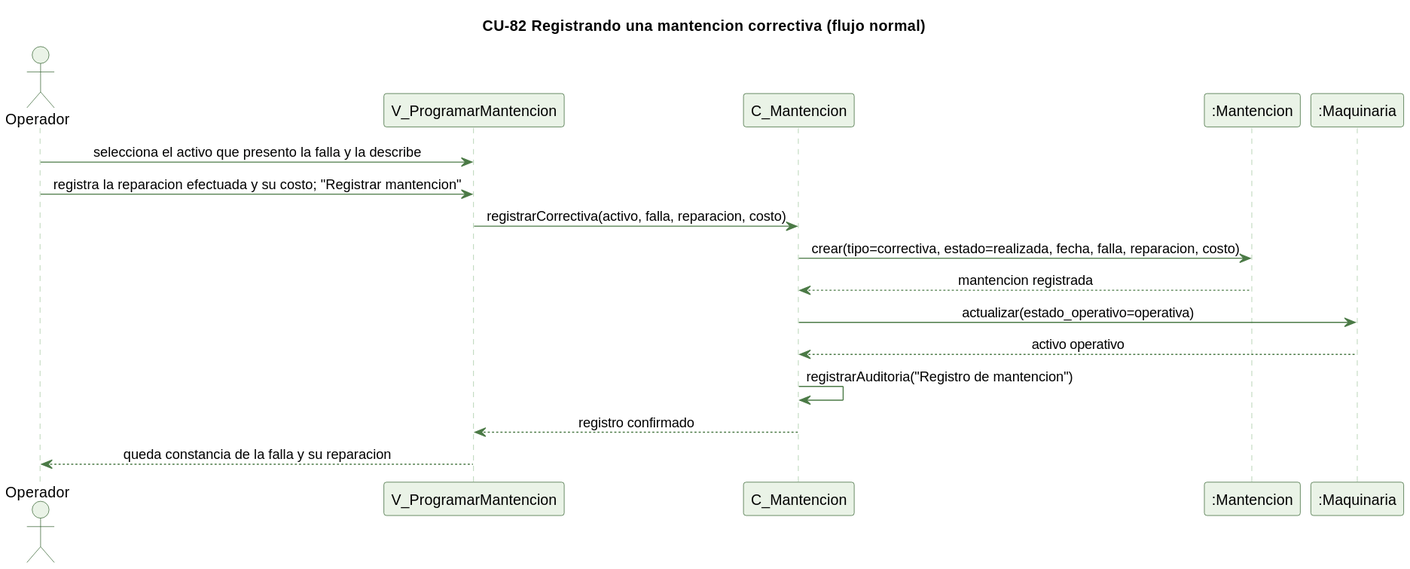
Earlier version of the PlantUML export docs/trabajo-grupal/diagramas/secuencias/cu82-correctiva-normal.svg (kenjikaese/Triverde).
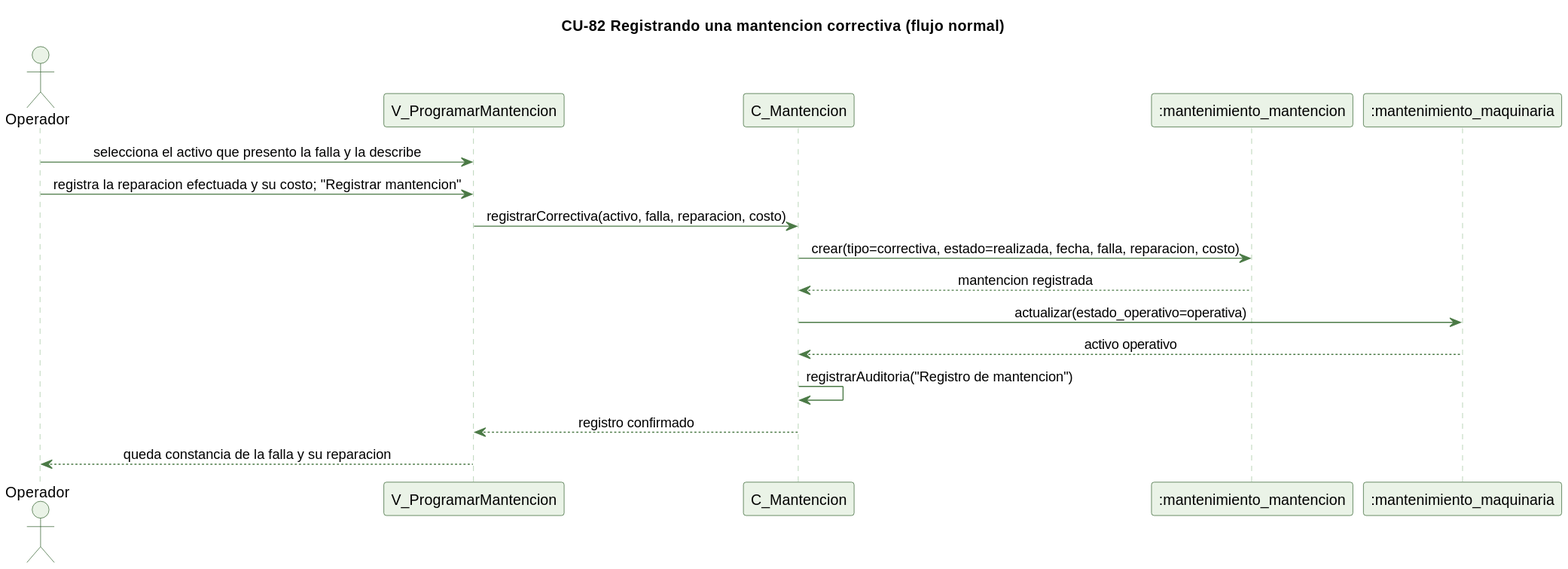
The same file after the commit.

The edit, as a diff of the source:
```diff
@@ -15,8 +15,8 @@
 actor Operador
 participant "V_ProgramarMantencion" as V
 participant "C_Mantencion" as C
-participant ":Mantencion" as MNT
-participant ":Maquinaria" as MQ
+participant ":mantenimiento_mantencion" as MNT
+participant ":mantenimiento_maquinaria" as MQ
 
 Operador -> V : selecciona el activo que presento la falla y la describe
 Operador -> V : registra la reparacion efectuada y su costo; "Registrar mantencion"
```
